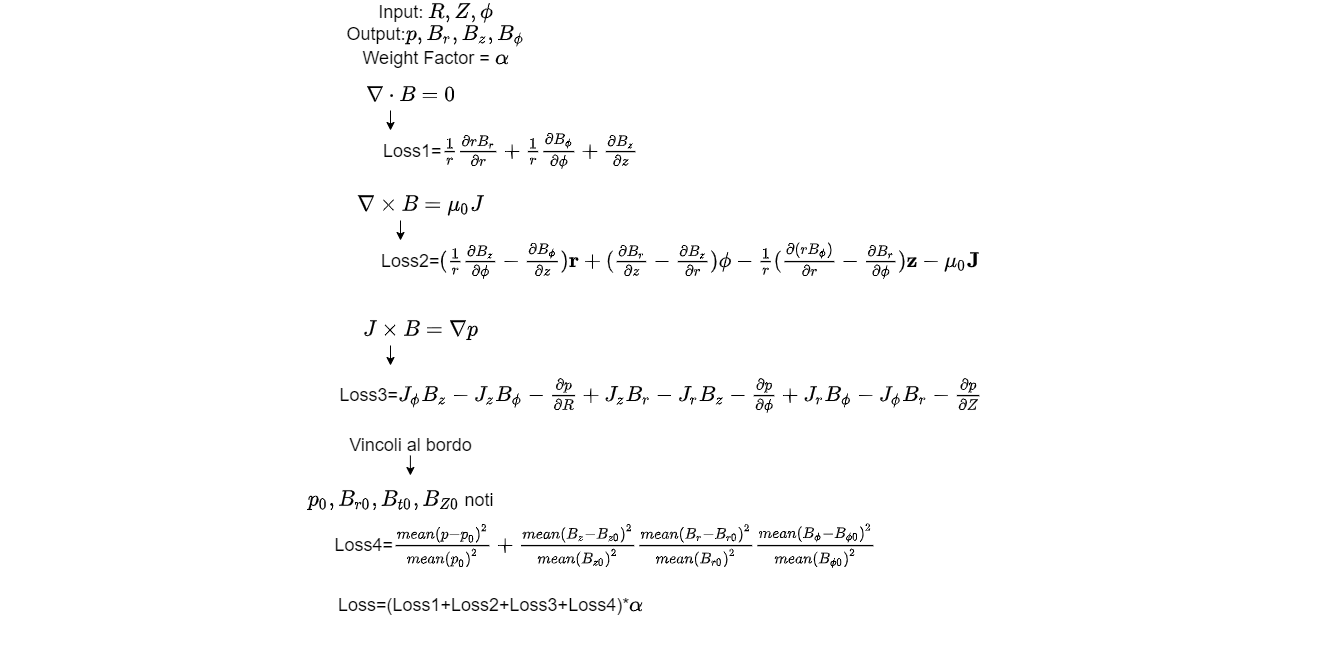
This is Secondo Anno/TDRFT/Materiale Tesina/Tesina/Images/LossFunction.drawio.png from redsIng/AutIng, a draw.io export, as it was before one commit. Source tidied: cells renumbered, new cells last; positions are measured from the earlier drawing's top-left corner, leaving out a move shared by most shapes. Its diagram source:
```xml
<mxGraphModel math="1">
  <root>
    <mxCell id="0" />
    <mxCell id="1" parent="0" />
    <mxCell id="2" value="&lt;font style=&quot;font-size: 18px;&quot;&gt;Loss1=\(\frac{1}{r}\frac{\partial r B_{r}}{\partial r}+\frac{1}{r}\frac{\partial B_{\phi}}{\partial \phi}+\frac{\partial B_{z}}{\partial z}\)&lt;/font&gt;" style="text;html=1;align=center;verticalAlign=middle;strokeColor=none;fillColor=none;" parent="1" vertex="1">
      <mxGeometry x="10" y="140" width="1000" height="20" as="geometry" />
    </mxCell>
    <mxCell id="3" value="\(\nabla\cdot B=0\)" style="text;html=1;align=center;verticalAlign=middle;strokeColor=none;fillColor=none;fontSize=18;" parent="1" vertex="1">
      <mxGeometry x="330" y="80" width="160" height="30" as="geometry" />
    </mxCell>
    <mxCell id="4" value="\(\nabla\times B=\mu_{0}J\)" style="text;html=1;align=center;verticalAlign=middle;strokeColor=none;fillColor=none;fontSize=18;" parent="1" vertex="1">
      <mxGeometry x="305" y="190" width="230" height="30" as="geometry" />
    </mxCell>
    <mxCell id="5" style="endArrow=classic;html=1;rounded=0;fontSize=18;labelBorderColor=default;labelBackgroundColor=#000000;fillColor=#000000;" parent="1" edge="1">
      <mxGeometry relative="1" as="geometry">
        <mxPoint x="400" y="220" as="sourcePoint" />
        <mxPoint x="400" y="240" as="targetPoint" />
      </mxGeometry>
    </mxCell>
    <mxCell id="6" value="Loss2=\((\frac{1}{r}\frac{\partial B_{z}}{\partial \phi}-\frac{\partial B_{\phi}}{\partial z})\mathbf{r}+(\frac{\partial B_{r}}{\partial z}-\frac{\partial B_{z}}{\partial r&lt;br&gt;})\mathbf{\phi}-\frac{1}{r}(\frac{\partial (rB_{\phi})}{\partial r&lt;br&gt;}-\frac{\partial B_{r}&lt;br&gt;}{\partial \phi&lt;br&gt;})\mathbf{z}-\mu_{0}\mathbf{J}&lt;br&gt;\)" style="text;html=1;align=center;verticalAlign=middle;strokeColor=none;fillColor=none;fontSize=18;" parent="1" vertex="1">
      <mxGeometry x="70" y="190" width="1220" height="140" as="geometry" />
    </mxCell>
    <mxCell id="7" style="endArrow=classic;html=1;rounded=0;fontSize=18;labelBorderColor=default;labelBackgroundColor=#000000;fillColor=#000000;" parent="1" edge="1">
      <mxGeometry relative="1" as="geometry">
        <mxPoint x="390" y="110" as="sourcePoint" />
        <mxPoint x="390" y="130" as="targetPoint" />
      </mxGeometry>
    </mxCell>
    <mxCell id="8" value="\(J\times B=\nabla p\)" style="text;html=1;align=center;verticalAlign=middle;strokeColor=none;fillColor=none;fontSize=18;" parent="1" vertex="1">
      <mxGeometry x="325" y="315" width="190" height="30" as="geometry" />
    </mxCell>
    <mxCell id="9" style="endArrow=classic;html=1;rounded=0;fontSize=18;labelBorderColor=default;labelBackgroundColor=#000000;fillColor=#000000;" parent="1" edge="1">
      <mxGeometry relative="1" as="geometry">
        <mxPoint x="390" y="345" as="sourcePoint" />
        <mxPoint x="390" y="365" as="targetPoint" />
      </mxGeometry>
    </mxCell>
    <mxCell id="10" value="Loss3=\(J_{\phi}B_{z}-J_{z}B_{\phi}-\frac{\partial p}{\partial R}+J_{z}B_{r}-J_{r}B_{z}-\frac{\partial p}{\partial \phi}+J_{r}B_{\phi}-J_{\phi}B_{r}-\frac{\partial p}{\partial Z}&lt;br&gt;\)" style="text;html=1;align=center;verticalAlign=middle;strokeColor=none;fillColor=none;fontSize=18;" parent="1" vertex="1">
      <mxGeometry y="370" width="1320" height="50" as="geometry" />
    </mxCell>
    <mxCell id="11" value="Vincoli al bordo" style="text;html=1;align=center;verticalAlign=middle;strokeColor=none;fillColor=none;fontSize=18;" parent="1" vertex="1">
      <mxGeometry x="340" y="430" width="140" height="30" as="geometry" />
    </mxCell>
    <mxCell id="12" style="endArrow=classic;html=1;rounded=0;fontSize=18;labelBorderColor=default;labelBackgroundColor=#000000;fillColor=#000000;" parent="1" edge="1">
      <mxGeometry relative="1" as="geometry">
        <mxPoint x="409.9" y="455" as="sourcePoint" />
        <mxPoint x="409.9" y="475" as="targetPoint" />
      </mxGeometry>
    </mxCell>
    <mxCell id="13" value="\(p_{0},B_{r0},B_{t0},B_{Z0}\) noti&lt;br&gt;" style="text;html=1;align=center;verticalAlign=middle;strokeColor=none;fillColor=none;fontSize=18;" parent="1" vertex="1">
      <mxGeometry x="260" y="485" width="280" height="30" as="geometry" />
    </mxCell>
    <mxCell id="14" value="Input: \(R,Z,\phi\)&lt;br&gt;Output:\(p,B_{r},B_{z},B_{\phi}\)&lt;br&gt;Weight Factor = \(\alpha\)" style="text;html=1;align=center;verticalAlign=middle;strokeColor=none;fillColor=none;fontSize=18;" parent="1" vertex="1">
      <mxGeometry x="300" width="270" height="70" as="geometry" />
    </mxCell>
    <mxCell id="15" value="Loss4=\(\frac{mean(p-p_{0})^2&lt;br&gt;}{mean(p_{0})^2&lt;br&gt;}+\frac{mean(B_{z}-B_{z0})^2&lt;br&gt;}{mean(B_{z0})^2&lt;br&gt;}\frac{mean(B_{r}-B_{r0})^2&lt;br&gt;}{mean(B_{r0})^2&lt;br&gt;}\frac{mean(B_{\phi}-B_{\phi 0})^2&lt;br&gt;}{mean(B_{\phi 0})^2&lt;br&gt;}&lt;br&gt;\)" style="text;html=1;align=center;verticalAlign=middle;strokeColor=none;fillColor=none;fontSize=18;" parent="1" vertex="1">
      <mxGeometry x="460" y="430" width="290" height="230" as="geometry" />
    </mxCell>
    <mxCell id="16" value="Loss=(Loss1+Loss2+Loss3+Loss4)*\(\alpha\)" style="text;html=1;align=center;verticalAlign=middle;strokeColor=none;fillColor=none;fontSize=18;" parent="1" vertex="1">
      <mxGeometry x="300" y="590" width="380" height="30" as="geometry" />
    </mxCell>
  </root>
</mxGraphModel>
```
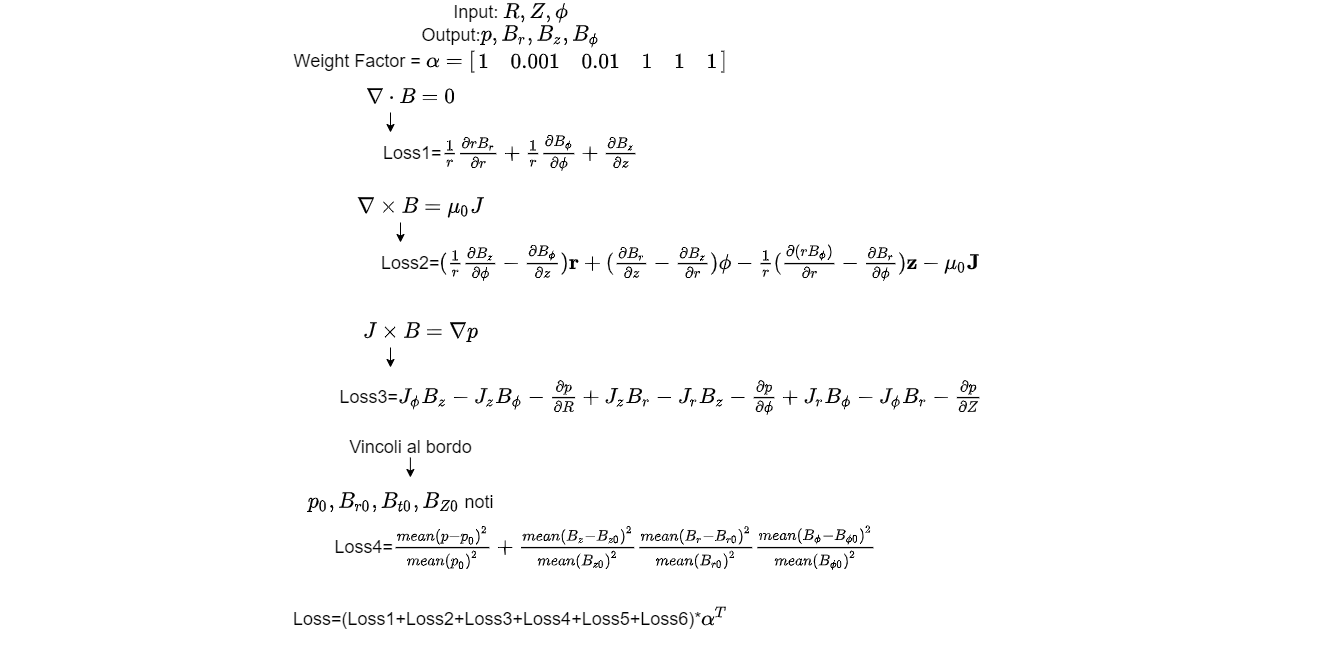
The same diagram one commit later.

Diff of the diagram source:
```diff
@@ -50,14 +50,14 @@
     <mxCell id="13" value="\(p_{0},B_{r0},B_{t0},B_{Z0}\) noti&lt;br&gt;" style="text;html=1;align=center;verticalAlign=middle;strokeColor=none;fillColor=none;fontSize=18;" parent="1" vertex="1">
       <mxGeometry x="260" y="485" width="280" height="30" as="geometry" />
     </mxCell>
-    <mxCell id="14" value="Input: \(R,Z,\phi\)&lt;br&gt;Output:\(p,B_{r},B_{z},B_{\phi}\)&lt;br&gt;Weight Factor = \(\alpha\)" style="text;html=1;align=center;verticalAlign=middle;strokeColor=none;fillColor=none;fontSize=18;" parent="1" vertex="1">
-      <mxGeometry x="300" width="270" height="70" as="geometry" />
+    <mxCell id="14" value="Input: \(R,Z,\phi\)&lt;br&gt;Output:\(p,B_{r},B_{z},B_{\phi}\)&lt;br&gt;Weight Factor = \(\alpha=\begin{bmatrix}1&amp;amp;0.001&amp;amp;0.01&amp;amp;1&amp;amp;1&amp;amp;1\end{bmatrix}\)" style="text;html=1;align=center;verticalAlign=middle;strokeColor=none;fillColor=none;fontSize=18;" parent="1" vertex="1">
+      <mxGeometry x="190" width="640" height="70" as="geometry" />
     </mxCell>
     <mxCell id="15" value="Loss4=\(\frac{mean(p-p_{0})^2&lt;br&gt;}{mean(p_{0})^2&lt;br&gt;}+\frac{mean(B_{z}-B_{z0})^2&lt;br&gt;}{mean(B_{z0})^2&lt;br&gt;}\frac{mean(B_{r}-B_{r0})^2&lt;br&gt;}{mean(B_{r0})^2&lt;br&gt;}\frac{mean(B_{\phi}-B_{\phi 0})^2&lt;br&gt;}{mean(B_{\phi 0})^2&lt;br&gt;}&lt;br&gt;\)" style="text;html=1;align=center;verticalAlign=middle;strokeColor=none;fillColor=none;fontSize=18;" parent="1" vertex="1">
       <mxGeometry x="460" y="430" width="290" height="230" as="geometry" />
     </mxCell>
-    <mxCell id="16" value="Loss=(Loss1+Loss2+Loss3+Loss4)*\(\alpha\)" style="text;html=1;align=center;verticalAlign=middle;strokeColor=none;fillColor=none;fontSize=18;" parent="1" vertex="1">
-      <mxGeometry x="300" y="590" width="380" height="30" as="geometry" />
+    <mxCell id="16" value="Loss=(Loss1+Loss2+Loss3+Loss4+Loss5+Loss6)*\(\alpha^{T}\)" style="text;html=1;align=center;verticalAlign=middle;strokeColor=none;fillColor=none;fontSize=18;" parent="1" vertex="1">
+      <mxGeometry x="245" y="600" width="530" height="30" as="geometry" />
     </mxCell>
   </root>
 </mxGraphModel>
```
